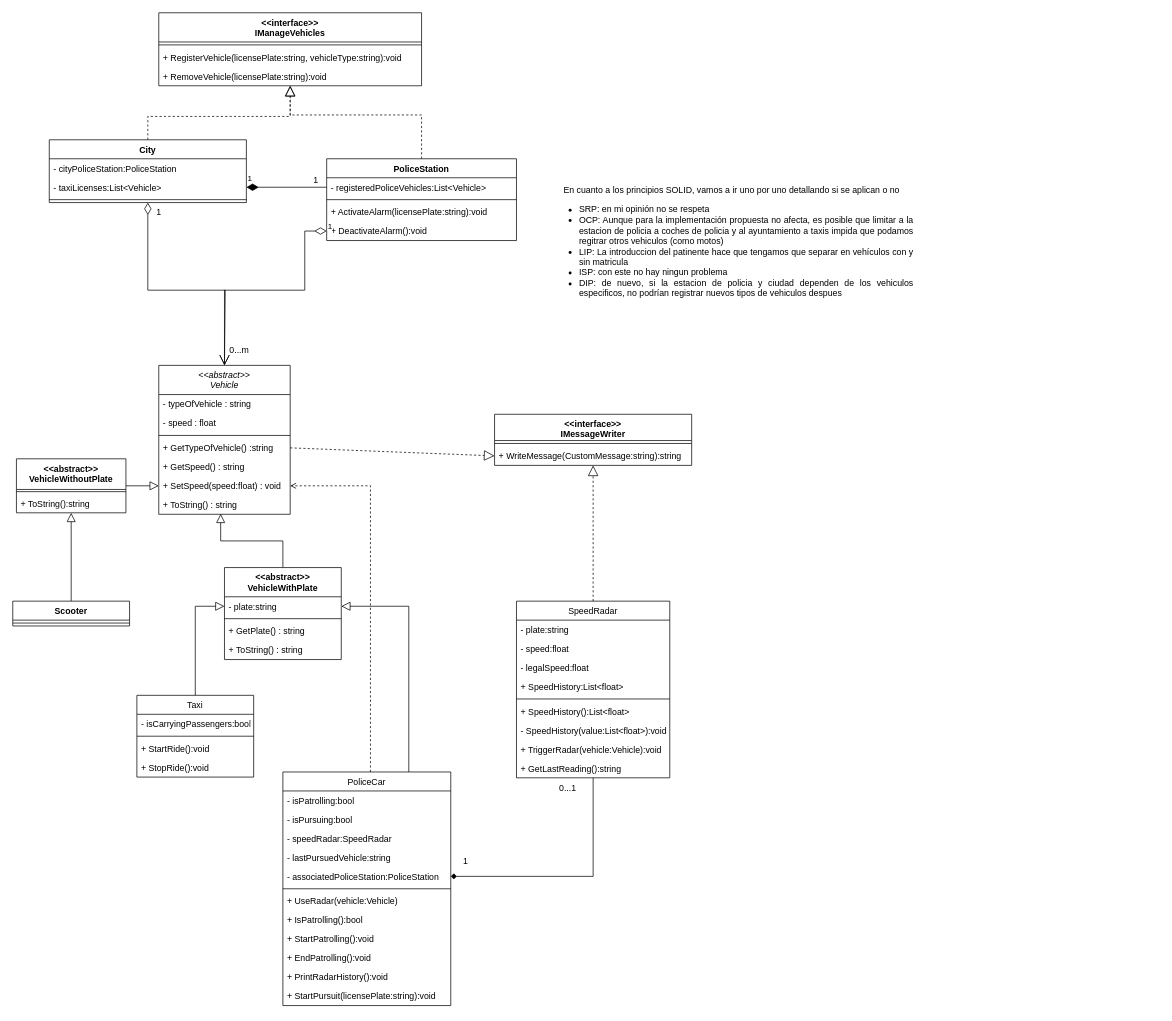
This is final_diagram.drawio from sjrom47/Programming-Paradigms-and-techniques-L2, a draw.io file, before an edit. Source tidied: cells renumbered, new cells numbered last; positions are measured from the earlier drawing's top-left corner, leaving out a move shared by most shapes. Both pictures are drawn from the tidied source at 73%, with x=0, y=0 at pixel (12, 12).
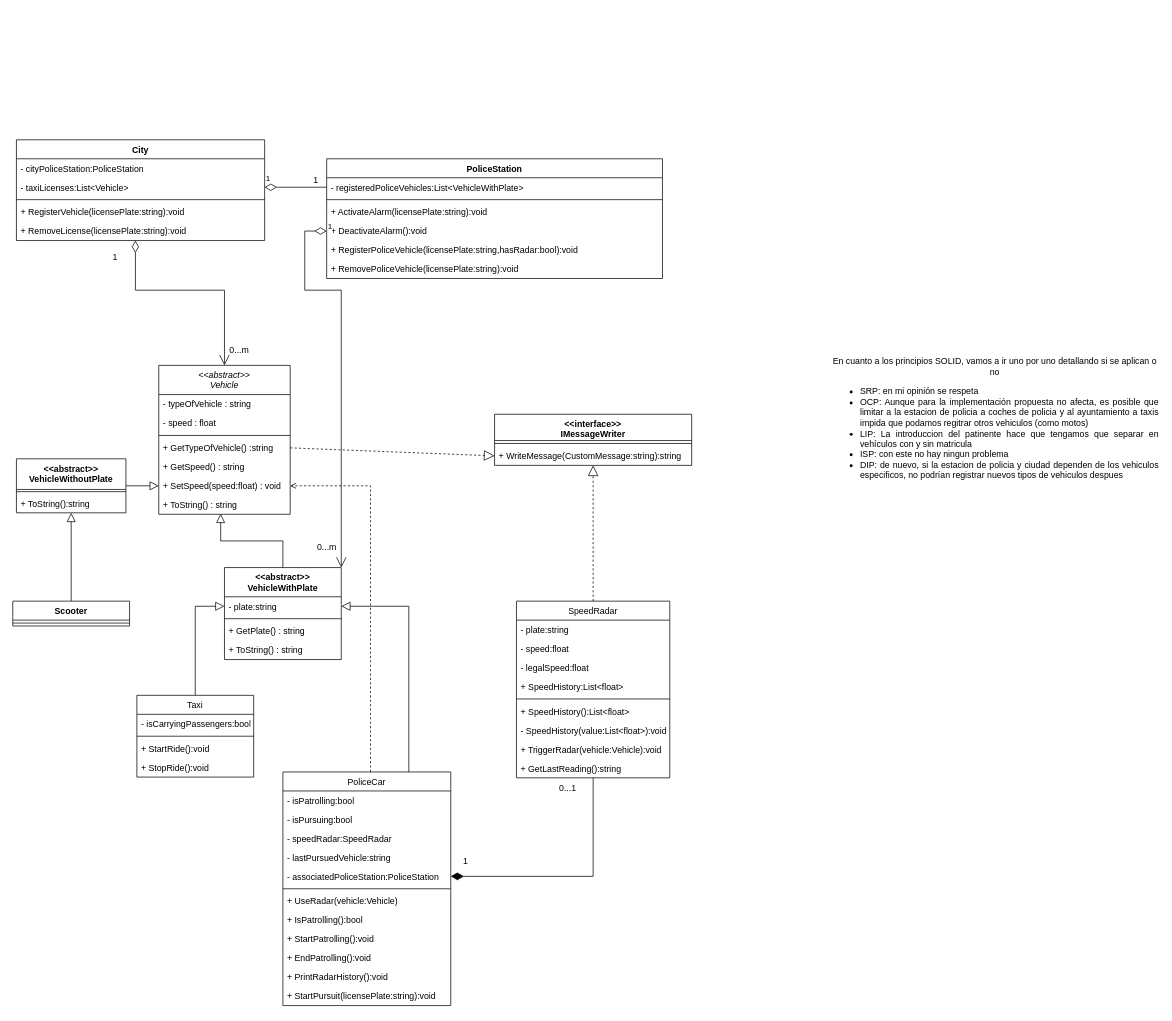
The same page after the edit.

Unchanged cells that the change refers to:
```xml
<mxCell id="2" value="&lt;&lt;abstract&gt;&gt;&#10;Vehicle" style="swimlane;fontStyle=2;align=center;verticalAlign=top;horizontal=1;startSize=40;rounded=0;shadow=0;strokeWidth=1;" parent="1" vertex="1">
  <mxGeometry x="200" y="483" width="180" height="204" as="geometry" />
</mxCell>
<mxCell id="22" value="- associatedPoliceStation:PoliceStation" style="text;align=left;verticalAlign=top;spacingLeft=4;spacingRight=4;overflow=hidden;points=[[0,0.5],[1,0.5]];portConstraint=eastwest;" parent="17" vertex="1">
  <mxGeometry y="130" width="230" height="26" as="geometry" />
</mxCell>
<mxCell id="32" value="SpeedRadar" style="swimlane;fontStyle=0;align=center;verticalAlign=top;horizontal=1;startSize=26;rounded=0;shadow=0;strokeWidth=1;" parent="1" vertex="1">
  <mxGeometry x="690" y="806" width="210" height="242" as="geometry" />
</mxCell>
<mxCell id="62" value="&amp;lt;&amp;lt;abstract&amp;gt;&amp;gt;&lt;div&gt;VehicleWithPlate&lt;/div&gt;" style="swimlane;fontStyle=1;align=center;verticalAlign=top;horizontal=1;startSize=40;whiteSpace=wrap;html=1;" parent="1" vertex="1">
  <mxGeometry x="290" y="760" width="160" height="126" as="geometry" />
</mxCell>
```

Diff of the diagram source:
```diff
@@
-    <mxCell id="31" style="edgeStyle=orthogonalEdgeStyle;rounded=0;jettySize=auto;html=1;entryX=1;entryY=0.5;entryDx=0;entryDy=0;endArrow=diamond;endFill=1;" parent="1" edge="1" source="32" target="22">
+    <mxCell id="31" style="edgeStyle=orthogonalEdgeStyle;rounded=0;jettySize=auto;html=1;entryX=1;entryY=0.5;entryDx=0;entryDy=0;endArrow=diamondThin;endFill=1;startSize=6;endSize=15;" parent="1" edge="1" source="32" target="22">
       <mxGeometry relative="1" as="geometry" />
     </mxCell>
@@
-    <mxCell id="45" style="edgeStyle=orthogonalEdgeStyle;rounded=0;jettySize=auto;html=1;dashed=1;endSize=12;endArrow=block;endFill=0;" parent="1" edge="1" source="46" target="75">
-      <mxGeometry relative="1" as="geometry">
-        <Array as="points">
-          <mxPoint x="560" y="140" />
-          <mxPoint x="380" y="140" />
-        </Array>
-      </mxGeometry>
-    </mxCell>
     <mxCell id="46" value="PoliceStation" style="swimlane;fontStyle=1;align=center;verticalAlign=top;horizontal=1;startSize=26;whiteSpace=wrap;html=1;" parent="1" vertex="1">
-      <mxGeometry x="430" y="200" width="260" height="112" as="geometry" />
+      <mxGeometry x="430" y="200" width="460" height="164" as="geometry" />
     </mxCell>
-    <mxCell id="47" value="- registeredPoliceVehicles:List&amp;lt;Vehicle&amp;gt;" style="text;strokeColor=none;fillColor=none;align=left;verticalAlign=top;spacingLeft=4;spacingRight=4;overflow=hidden;points=[[0,0.5],[1,0.5]];portConstraint=eastwest;whiteSpace=wrap;html=1;" parent="46" vertex="1">
-      <mxGeometry y="26" width="260" height="26" as="geometry" />
+    <mxCell id="47" value="- registeredPoliceVehicles:List&amp;lt;VehicleWithPlate&amp;gt;" style="text;strokeColor=none;fillColor=none;align=left;verticalAlign=top;spacingLeft=4;spacingRight=4;overflow=hidden;points=[[0,0.5],[1,0.5]];portConstraint=eastwest;whiteSpace=wrap;html=1;" parent="46" vertex="1">
+      <mxGeometry y="26" width="460" height="26" as="geometry" />
     </mxCell>
     <mxCell id="48" style="line;strokeWidth=1;fillColor=none;align=left;verticalAlign=middle;spacingTop=-1;spacingLeft=3;spacingRight=3;labelPosition=right;strokeColor=inherit;" parent="46" vertex="1">
-      <mxGeometry y="52" width="260" height="8" as="geometry" />
+      <mxGeometry y="52" width="460" height="8" as="geometry" />
     </mxCell>
     <mxCell id="49" value="+ ActivateAlarm(licensePlate:string):void" style="text;align=left;verticalAlign=top;spacingLeft=4;spacingRight=4;overflow=hidden;" parent="46" vertex="1">
-      <mxGeometry y="60" width="260" height="26" as="geometry" />
+      <mxGeometry y="60" width="460" height="26" as="geometry" />
     </mxCell>
     <mxCell id="50" value="+ DeactivateAlarm():void" style="text;align=left;verticalAlign=top;spacingLeft=4;spacingRight=4;overflow=hidden;points=[[0,0.5],[1,0.5]];portConstraint=eastwest;" parent="46" vertex="1">
-      <mxGeometry y="86" width="260" height="26" as="geometry" />
+      <mxGeometry y="86" width="460" height="26" as="geometry" />
     </mxCell>
+    <mxCell id="84" value="+ RegisterPoliceVehicle(licensePlate:string,hasRadar:bool):void" style="text;strokeColor=none;fillColor=none;align=left;verticalAlign=top;spacingLeft=4;spacingRight=4;overflow=hidden;whiteSpace=wrap;html=1;" parent="46" vertex="1">
+      <mxGeometry y="112" width="460" height="26" as="geometry" />
+    </mxCell>
+    <mxCell id="85" value="+ RemovePoliceVehicle(licensePlate:string):void" style="text;strokeColor=none;fillColor=none;align=left;verticalAlign=top;spacingLeft=4;spacingRight=4;overflow=hidden;whiteSpace=wrap;html=1;" parent="46" vertex="1">
+      <mxGeometry y="138" width="460" height="26" as="geometry" />
+    </mxCell>
     <mxCell id="51" style="edgeStyle=orthogonalEdgeStyle;rounded=0;jettySize=auto;html=1;endArrow=open;endFill=0;endSize=12;startSize=14;startArrow=diamondThin;startFill=0;entryX=0.5;entryY=0;entryDx=0;entryDy=0;" parent="1" edge="1" source="53" target="2">
       <mxGeometry relative="1" as="geometry">
         <Array as="points">
-          <mxPoint x="185" y="380" />
-          <mxPoint x="291" y="380" />
+          <mxPoint x="168" y="380" />
+          <mxPoint x="290" y="380" />
         </Array>
       </mxGeometry>
     </mxCell>
-    <mxCell id="52" style="edgeStyle=orthogonalEdgeStyle;rounded=0;jettySize=auto;html=1;dashed=1;endSize=12;endArrow=block;endFill=0;" parent="1" edge="1" source="53" target="75">
-      <mxGeometry relative="1" as="geometry" />
-    </mxCell>
     <mxCell id="53" value="City" style="swimlane;fontStyle=1;align=center;verticalAlign=top;horizontal=1;startSize=26;whiteSpace=wrap;html=1;" parent="1" vertex="1">
-      <mxGeometry x="50" y="174" width="270" height="86" as="geometry" />
+      <mxGeometry x="5" y="174" width="340" height="138" as="geometry" />
     </mxCell>
     <mxCell id="54" value="- cityPoliceStation:PoliceStation" style="text;strokeColor=none;fillColor=none;align=left;verticalAlign=top;spacingLeft=4;spacingRight=4;overflow=hidden;whiteSpace=wrap;html=1;" parent="53" vertex="1">
-      <mxGeometry y="26" width="270" height="26" as="geometry" />
+      <mxGeometry y="26" width="340" height="26" as="geometry" />
     </mxCell>
     <mxCell id="55" value="- taxiLicenses:List&amp;lt;Vehicle&amp;gt;" style="text;strokeColor=none;fillColor=none;align=left;verticalAlign=top;spacingLeft=4;spacingRight=4;overflow=hidden;points=[[0,0.5],[1,0.5]];portConstraint=eastwest;whiteSpace=wrap;html=1;" parent="53" vertex="1">
-      <mxGeometry y="52" width="270" height="26" as="geometry" />
+      <mxGeometry y="52" width="340" height="26" as="geometry" />
     </mxCell>
     <mxCell id="56" style="line;strokeWidth=1;fillColor=none;align=left;verticalAlign=middle;spacingTop=-1;spacingLeft=3;spacingRight=3;labelPosition=right;strokeColor=inherit;" parent="53" vertex="1">
-      <mxGeometry y="78" width="270" height="8" as="geometry" />
+      <mxGeometry y="78" width="340" height="8" as="geometry" />
     </mxCell>
+    <mxCell id="86" value="+ RegisterVehicle(licensePlate:string):void" style="text;strokeColor=none;fillColor=none;align=left;verticalAlign=top;spacingLeft=4;spacingRight=4;overflow=hidden;whiteSpace=wrap;html=1;" parent="53" vertex="1">
+      <mxGeometry y="86" width="340" height="26" as="geometry" />
+    </mxCell>
+    <mxCell id="87" value="+ RemoveLicense(licensePlate:string):void" style="text;strokeColor=none;fillColor=none;align=left;verticalAlign=top;spacingLeft=4;spacingRight=4;overflow=hidden;whiteSpace=wrap;html=1;" parent="53" vertex="1">
+      <mxGeometry y="112" width="340" height="26" as="geometry" />
+    </mxCell>
@@
-    <mxCell id="59" value="1" style="endArrow=none;html=1;endSize=12;startArrow=diamondThin;startSize=14;startFill=1;edgeStyle=orthogonalEdgeStyle;align=left;verticalAlign=bottom;rounded=0;exitX=1;exitY=0.5;exitDx=0;exitDy=0;entryX=0;entryY=0.5;entryDx=0;entryDy=0;endFill=0;" parent="1" edge="1" source="55" target="47">
+    <mxCell id="59" value="1" style="endArrow=none;html=1;endSize=12;startArrow=diamondThin;startSize=14;startFill=0;edgeStyle=orthogonalEdgeStyle;align=left;verticalAlign=bottom;rounded=0;exitX=1;exitY=0.5;exitDx=0;exitDy=0;entryX=0;entryY=0.5;entryDx=0;entryDy=0;endFill=0;" parent="1" edge="1" source="55" target="47">
       <mxGeometry x="-1" y="3" relative="1" as="geometry" />
     </mxCell>
-    <mxCell id="60" value="1" style="endArrow=open;html=1;endSize=12;startArrow=diamondThin;startSize=14;startFill=0;edgeStyle=orthogonalEdgeStyle;align=left;verticalAlign=bottom;rounded=0;entryX=0.5;entryY=0;entryDx=0;entryDy=0;exitX=0;exitY=0.5;exitDx=0;exitDy=0;" parent="1" edge="1" source="50" target="2">
+    <mxCell id="60" value="1" style="endArrow=open;html=1;endSize=12;startArrow=diamondThin;startSize=14;startFill=0;edgeStyle=orthogonalEdgeStyle;align=left;verticalAlign=bottom;rounded=0;entryX=1;entryY=0;entryDx=0;entryDy=0;exitX=0;exitY=0.5;exitDx=0;exitDy=0;" parent="1" edge="1" source="50" target="62">
       <mxGeometry x="-1" y="3" relative="1" as="geometry">
         <Array as="points">
           <mxPoint x="400" y="299" />
           <mxPoint x="400" y="380" />
-          <mxPoint x="290" y="380" />
+          <mxPoint x="450" y="380" />
         </Array>
       </mxGeometry>
     </mxCell>
@@
-    <mxCell id="74" value="En cuanto a los principios SOLID, vamos a ir uno por uno detallando si se aplican o no&lt;br&gt;&lt;div style=&quot;text-align: justify;&quot;&gt;&lt;ul&gt;&lt;li&gt;&lt;span style=&quot;background-color: initial;&quot;&gt;SRP: en mi opinión no se respeta&lt;/span&gt;&lt;/li&gt;&lt;li&gt;&lt;span style=&quot;background-color: initial;&quot;&gt;OCP: Aunque para la implementación propuesta no afecta, es posible que limitar a la estacion de policia a coches de policia y al ayuntamiento a taxis impida que podamos regitrar otros vehiculos (como motos)&lt;/span&gt;&lt;/li&gt;&lt;li&gt;&lt;span style=&quot;background-color: initial;&quot;&gt;LIP: La introduccion del patinente hace que tengamos que separar en vehículos con y sin matricula&lt;/span&gt;&lt;/li&gt;&lt;li&gt;&lt;span style=&quot;background-color: initial;&quot;&gt;ISP: con este no hay ningun problema&lt;/span&gt;&lt;/li&gt;&lt;li&gt;&lt;span style=&quot;background-color: initial;&quot;&gt;DIP: de nuevo, si la estacion de policia y ciudad dependen de los vehiculos especificos, no podrían registrar nuevos tipos de vehiculos despues&lt;/span&gt;&lt;/li&gt;&lt;/ul&gt;&lt;/div&gt;" style="text;align=center;verticalAlign=middle;strokeColor=none;fillColor=none;rotation=0;html=1;overflow=visible;whiteSpace=wrap;" parent="1" vertex="1">
-      <mxGeometry x="735" y="260" width="500" height="120" as="geometry" />
+    <mxCell id="74" value="En cuanto a los principios SOLID, vamos a ir uno por uno detallando si se aplican o no&lt;br&gt;&lt;div style=&quot;text-align: justify;&quot;&gt;&lt;ul&gt;&lt;li&gt;&lt;span style=&quot;background-color: initial;&quot;&gt;SRP: en mi opinión se respeta&lt;/span&gt;&lt;/li&gt;&lt;li&gt;&lt;span style=&quot;background-color: initial;&quot;&gt;OCP: Aunque para la implementación propuesta no afecta, es posible que limitar a la estacion de policia a coches de policia y al ayuntamiento a taxis impida que podamos regitrar otros vehiculos (como motos)&lt;/span&gt;&lt;/li&gt;&lt;li&gt;&lt;span style=&quot;background-color: initial;&quot;&gt;LIP: La introduccion del patinente hace que tengamos que separar en vehículos con y sin matricula&lt;/span&gt;&lt;/li&gt;&lt;li&gt;&lt;span style=&quot;background-color: initial;&quot;&gt;ISP: con este no hay ningun problema&lt;/span&gt;&lt;/li&gt;&lt;li&gt;&lt;span style=&quot;background-color: initial;&quot;&gt;DIP: de nuevo, si la estacion de policia y ciudad dependen de los vehiculos especificos, no podrían registrar nuevos tipos de vehiculos despues&lt;/span&gt;&lt;/li&gt;&lt;/ul&gt;&lt;/div&gt;" style="text;align=center;verticalAlign=middle;strokeColor=none;fillColor=none;rotation=0;html=1;overflow=visible;whiteSpace=wrap;" parent="1" vertex="1">
+      <mxGeometry x="1120" y="437" width="451" height="250" as="geometry" />
     </mxCell>
-    <mxCell id="75" value="&amp;lt;&amp;lt;interface&amp;gt;&amp;gt;&lt;div&gt;IManageVehicles&lt;/div&gt;" style="swimlane;fontStyle=1;align=center;verticalAlign=top;horizontal=1;startSize=40;whiteSpace=wrap;html=1;" parent="1" vertex="1">
-      <mxGeometry x="200" width="360" height="100" as="geometry" />
-    </mxCell>
-    <mxCell id="76" style="line;strokeWidth=1;fillColor=none;align=left;verticalAlign=middle;spacingTop=-1;spacingLeft=3;spacingRight=3;labelPosition=right;strokeColor=inherit;" parent="75" vertex="1">
-      <mxGeometry y="40" width="360" height="8" as="geometry" />
-    </mxCell>
-    <mxCell id="77" value="+ RegisterVehicle(licensePlate:string, vehicleType:string):void" style="text;strokeColor=none;fillColor=none;align=left;verticalAlign=top;spacingLeft=4;spacingRight=4;overflow=hidden;whiteSpace=wrap;html=1;" parent="75" vertex="1">
-      <mxGeometry y="48" width="360" height="26" as="geometry" />
-    </mxCell>
-    <mxCell id="78" value="+ RemoveVehicle(licensePlate:string):void" style="text;strokeColor=none;fillColor=none;align=left;verticalAlign=top;spacingLeft=4;spacingRight=4;overflow=hidden;whiteSpace=wrap;html=1;" parent="75" vertex="1">
-      <mxGeometry y="74" width="360" height="26" as="geometry" />
-    </mxCell>
     <mxCell id="79" value="1" style="text;html=1;align=center;verticalAlign=middle;strokeColor=none;fillColor=none;" parent="1" vertex="1">
-      <mxGeometry x="185" y="258" width="30" height="30" as="geometry" />
+      <mxGeometry x="125" y="320" width="30" height="30" as="geometry" />
     </mxCell>
@@
+    <mxCell id="88" value="0...m" style="text;html=1;align=center;verticalAlign=middle;strokeColor=none;fillColor=none;" parent="1" vertex="1">
+      <mxGeometry x="405" y="718" width="50" height="30" as="geometry" />
+    </mxCell>
```
